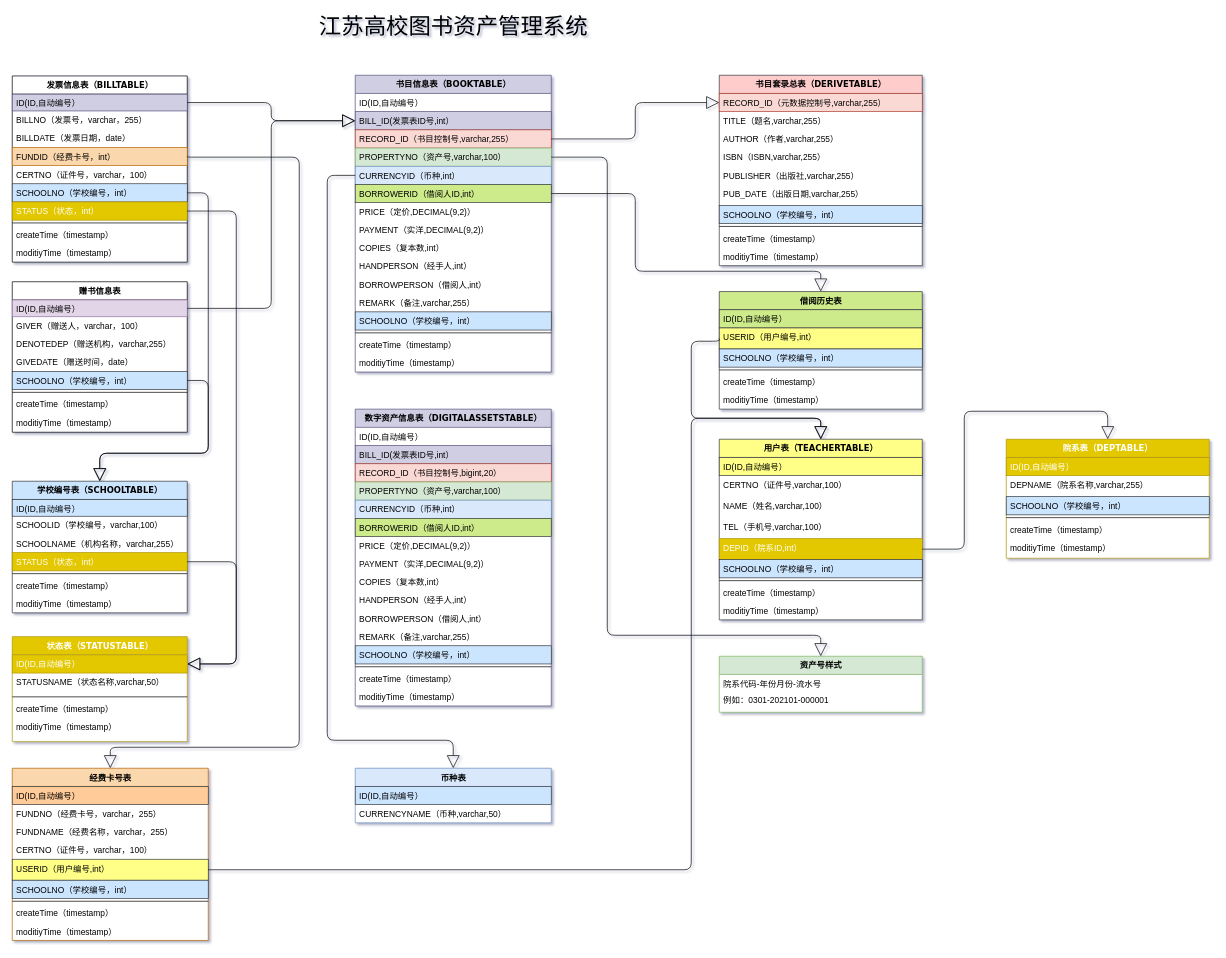
yisqiu/SimpleMap-wx keeps this draw.io diagram as 图书资产管理系统.drawio. Above is the earlier version. Source tidied: cells renumbered, new cells numbered last; positions are measured from the earlier drawing's top-left corner, leaving out a move shared by most shapes. Both pictures are drawn from the tidied source at 70%, with x=0, y=0 at pixel (12, 12).
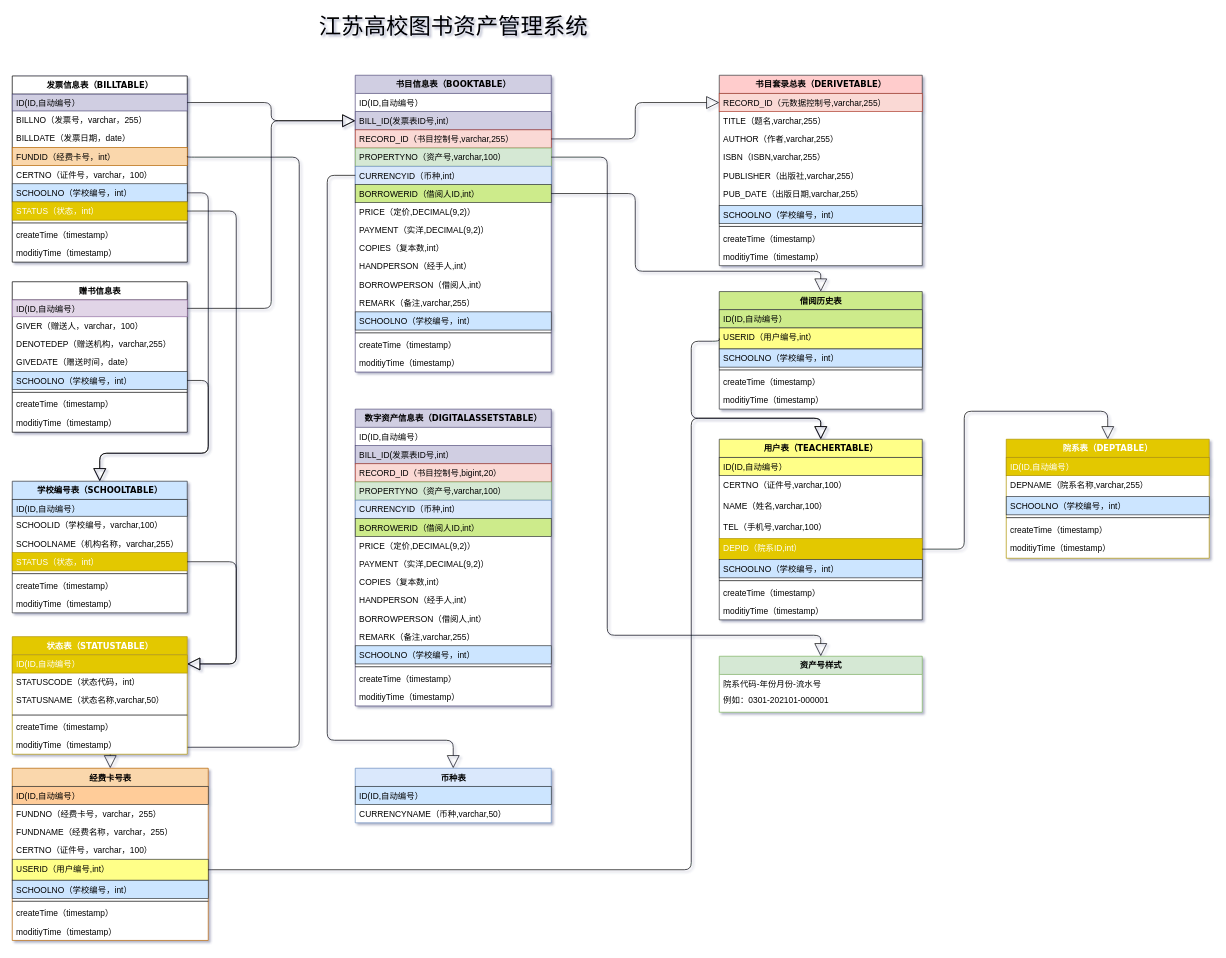
Above is the later version.

Commit message:
增加状态卡号

What changed in the source:
```diff
@@
     <mxCell id="111" value="状态表（STATUSTABLE）" style="swimlane;html=1;fontStyle=1;align=center;verticalAlign=top;horizontal=1;startSize=26;swimlaneFillColor=#ffffff;shadow=0;comic=0;labelBackgroundColor=none;strokeWidth=1;fillColor=#e3c800;fontFamily=Verdana;fontSize=12;strokeColor=#B09500;fontColor=#ffffff;" parent="1" vertex="1">
-      <mxGeometry y="892" width="250" height="150" as="geometry" />
+      <mxGeometry y="892" width="250" height="168" as="geometry" />
     </mxCell>
@@
+    <mxCell id="136" value="STATUSCODE（状态代码，int）" style="text;html=1;strokeColor=none;fillColor=none;align=left;verticalAlign=top;spacingLeft=4;spacingRight=4;whiteSpace=wrap;overflow=hidden;" parent="111" vertex="1">
+      <mxGeometry y="52" width="250" height="26" as="geometry" />
+    </mxCell>
     <mxCell id="113" value="STATUSNAME（状态名称,varchar,50）" style="text;html=1;strokeColor=none;fillColor=none;align=left;verticalAlign=top;spacingLeft=4;spacingRight=4;whiteSpace=wrap;overflow=hidden;" parent="111" vertex="1">
-      <mxGeometry y="52" width="250" height="30" as="geometry" />
+      <mxGeometry y="78" width="250" height="30" as="geometry" />
     </mxCell>
     <mxCell id="114" style="line;html=1;strokeWidth=1;fillColor=none;align=left;verticalAlign=middle;spacingTop=-1;spacingLeft=3;spacingRight=3;labelPosition=right;" parent="111" vertex="1">
-      <mxGeometry y="82" width="250" height="8" as="geometry" />
+      <mxGeometry y="108" width="250" height="8" as="geometry" />
     </mxCell>
     <mxCell id="115" value="createTime（timestamp）" style="text;html=1;strokeColor=none;fillColor=none;align=left;verticalAlign=top;spacingLeft=4;spacingRight=4;whiteSpace=wrap;overflow=hidden;" parent="111" vertex="1">
-      <mxGeometry y="90" width="250" height="26" as="geometry" />
+      <mxGeometry y="116" width="250" height="26" as="geometry" />
     </mxCell>
     <mxCell id="116" value="moditiyTime（timestamp）" style="text;html=1;strokeColor=none;fillColor=none;align=left;verticalAlign=top;spacingLeft=4;spacingRight=4;whiteSpace=wrap;overflow=hidden;" parent="111" vertex="1">
-      <mxGeometry y="116" width="250" height="26" as="geometry" />
+      <mxGeometry y="142" width="250" height="26" as="geometry" />
     </mxCell>
```
